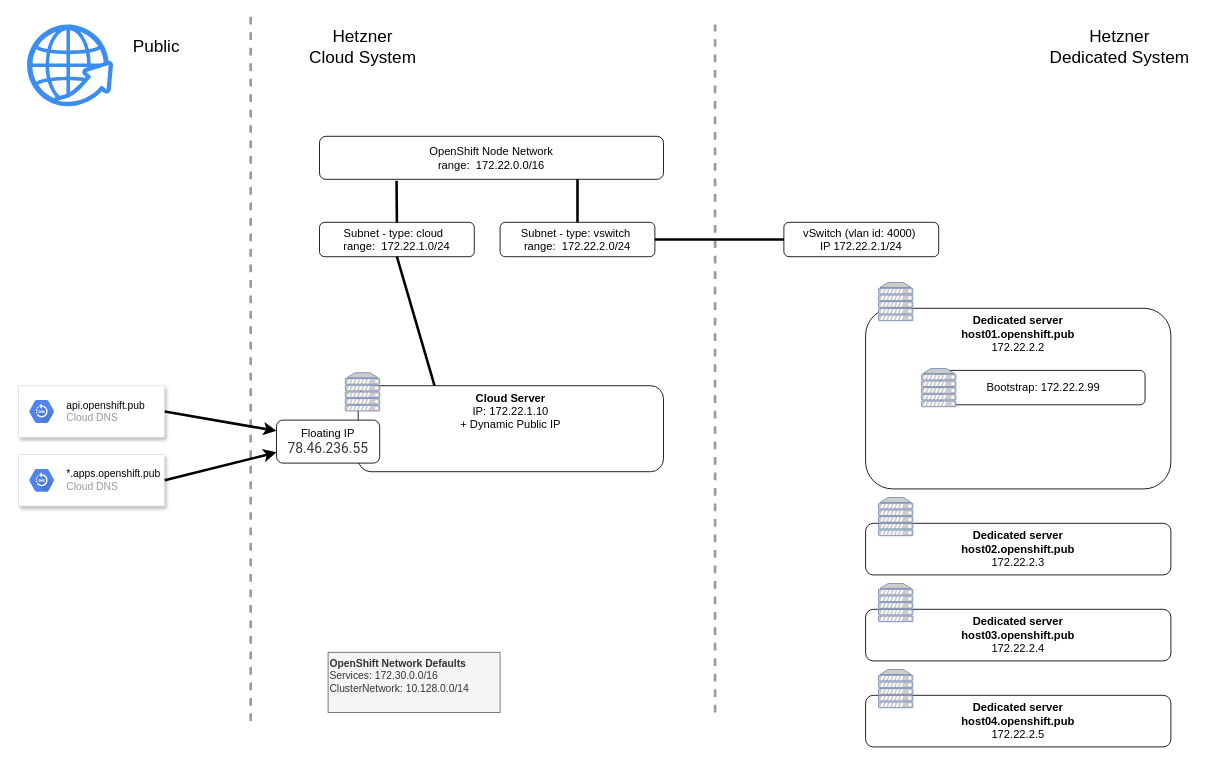
Earlier version of the draw.io diagram page "v2" (1 of 2) of docs/network-overview.drawio (operate-first/hetzner-baremetal-openshift). Source tidied: cells renumbered, new cells numbered last; positions are measured from the earlier drawing's top-left corner, leaving out a move shared by most shapes. Both pictures are drawn from the tidied source at 86%, with x=0, y=0 at pixel (18, 15).
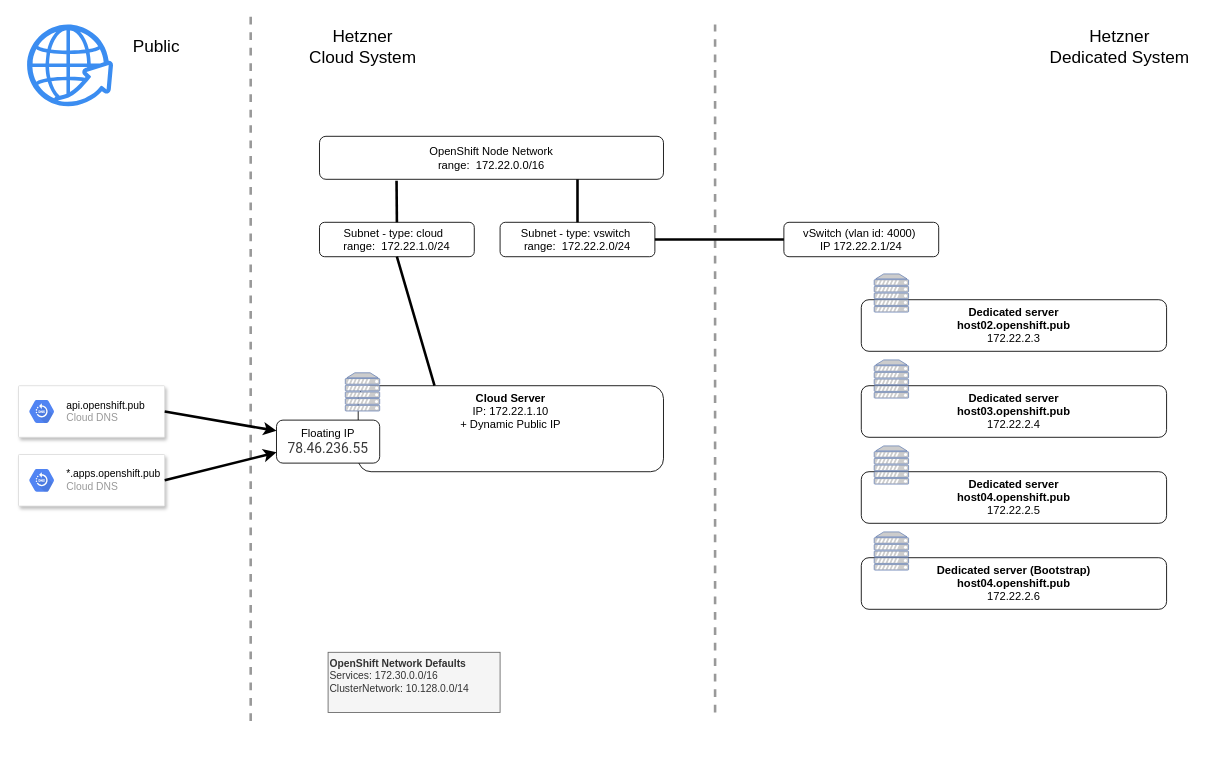
Above is the later version.

Commit message (it also covers changes not shown here):
Switch bootstrap to baremetal

What changed in the source:
```diff
@@
-    <mxCell id="2" value="&lt;b&gt;Dedicated server &lt;/b&gt;&lt;br&gt;&lt;b&gt;host01.openshift.pub&lt;/b&gt;&lt;br&gt;172.22.2.2&lt;br&gt;&lt;b&gt;&amp;nbsp;&lt;/b&gt;" style="rounded=1;whiteSpace=wrap;html=1;strokeColor=#000000;fontSize=13;align=center;verticalAlign=top;" parent="1" vertex="1">
-      <mxGeometry x="985" y="340" width="355" height="210" as="geometry" />
-    </mxCell>
-    <mxCell id="3" value="Bootstrap:&amp;nbsp;172.22.2.99" style="rounded=1;whiteSpace=wrap;html=1;fontSize=13;" parent="1" vertex="1">
-      <mxGeometry x="1072.5" y="412.2" width="237.5" height="40" as="geometry" />
-    </mxCell>
@@
-    <mxCell id="28" style="fontColor=#0066CC;verticalAlign=top;verticalLabelPosition=bottom;labelPosition=center;align=center;html=1;fillColor=#CCCCCC;strokeColor=#6881B3;gradientColor=none;gradientDirection=north;strokeWidth=2;shape=mxgraph.networks.server;" parent="1" vertex="1">
-      <mxGeometry x="1000" y="310" width="40" height="44.4" as="geometry" />
-    </mxCell>
     <mxCell id="29" value="&lt;b&gt;Dedicated server &lt;br&gt;host02.openshift.pub&lt;/b&gt;&lt;br&gt;172.22.2.3&lt;br&gt;&lt;b&gt;&amp;nbsp;&lt;/b&gt;" style="rounded=1;whiteSpace=wrap;html=1;strokeColor=#000000;fontSize=13;align=center;verticalAlign=top;" parent="1" vertex="1">
-      <mxGeometry x="985" y="590" width="355" height="60" as="geometry" />
+      <mxGeometry x="980" y="330" width="355" height="60" as="geometry" />
     </mxCell>
     <mxCell id="30" style="fontColor=#0066CC;verticalAlign=top;verticalLabelPosition=bottom;labelPosition=center;align=center;html=1;fillColor=#CCCCCC;strokeColor=#6881B3;gradientColor=none;gradientDirection=north;strokeWidth=2;shape=mxgraph.networks.server;" parent="1" vertex="1">
-      <mxGeometry x="1000" y="560" width="40" height="44.4" as="geometry" />
+      <mxGeometry x="995" y="300" width="40" height="44.4" as="geometry" />
     </mxCell>
-    <mxCell id="31" style="fontColor=#0066CC;verticalAlign=top;verticalLabelPosition=bottom;labelPosition=center;align=center;html=1;fillColor=#CCCCCC;strokeColor=#6881B3;gradientColor=none;gradientDirection=north;strokeWidth=2;shape=mxgraph.networks.server;" parent="1" vertex="1">
-      <mxGeometry x="1050" y="410" width="40" height="44.4" as="geometry" />
-    </mxCell>
     <mxCell id="32" value="&lt;b&gt;Dedicated server &lt;br&gt;host03.openshift.pub&lt;/b&gt;&lt;br&gt;172.22.2.4&lt;br&gt;&lt;b&gt;&amp;nbsp;&lt;/b&gt;" style="rounded=1;whiteSpace=wrap;html=1;strokeColor=#000000;fontSize=13;align=center;verticalAlign=top;" parent="1" vertex="1">
-      <mxGeometry x="985" y="690" width="355" height="60" as="geometry" />
+      <mxGeometry x="980" y="430" width="355" height="60" as="geometry" />
     </mxCell>
     <mxCell id="33" style="fontColor=#0066CC;verticalAlign=top;verticalLabelPosition=bottom;labelPosition=center;align=center;html=1;fillColor=#CCCCCC;strokeColor=#6881B3;gradientColor=none;gradientDirection=north;strokeWidth=2;shape=mxgraph.networks.server;" parent="1" vertex="1">
-      <mxGeometry x="1000" y="660" width="40" height="44.4" as="geometry" />
+      <mxGeometry x="995" y="400" width="40" height="44.4" as="geometry" />
     </mxCell>
     <mxCell id="34" value="&lt;b&gt;Dedicated server &lt;br&gt;host04.openshift.pub&lt;/b&gt;&lt;br&gt;172.22.2.5&lt;br&gt;&lt;b&gt;&amp;nbsp;&lt;/b&gt;" style="rounded=1;whiteSpace=wrap;html=1;strokeColor=#000000;fontSize=13;align=center;verticalAlign=top;" parent="1" vertex="1">
-      <mxGeometry x="985" y="790" width="355" height="60" as="geometry" />
+      <mxGeometry x="980" y="530" width="355" height="60" as="geometry" />
     </mxCell>
     <mxCell id="35" style="fontColor=#0066CC;verticalAlign=top;verticalLabelPosition=bottom;labelPosition=center;align=center;html=1;fillColor=#CCCCCC;strokeColor=#6881B3;gradientColor=none;gradientDirection=north;strokeWidth=2;shape=mxgraph.networks.server;" parent="1" vertex="1">
-      <mxGeometry x="1000" y="760" width="40" height="44.4" as="geometry" />
+      <mxGeometry x="995" y="500" width="40" height="44.4" as="geometry" />
     </mxCell>
+    <mxCell id="36" value="&lt;b&gt;Dedicated server (Bootstrap)&lt;br&gt;host04.openshift.pub&lt;/b&gt;&lt;br&gt;172.22.2.6&lt;br&gt;&lt;b&gt;&amp;nbsp;&lt;/b&gt;" style="rounded=1;whiteSpace=wrap;html=1;strokeColor=#000000;fontSize=13;align=center;verticalAlign=top;" parent="1" vertex="1">
+      <mxGeometry x="980" y="630" width="355" height="60" as="geometry" />
+    </mxCell>
+    <mxCell id="37" style="fontColor=#0066CC;verticalAlign=top;verticalLabelPosition=bottom;labelPosition=center;align=center;html=1;fillColor=#CCCCCC;strokeColor=#6881B3;gradientColor=none;gradientDirection=north;strokeWidth=2;shape=mxgraph.networks.server;" parent="1" vertex="1">
+      <mxGeometry x="995" y="600" width="40" height="44.4" as="geometry" />
+    </mxCell>
```
